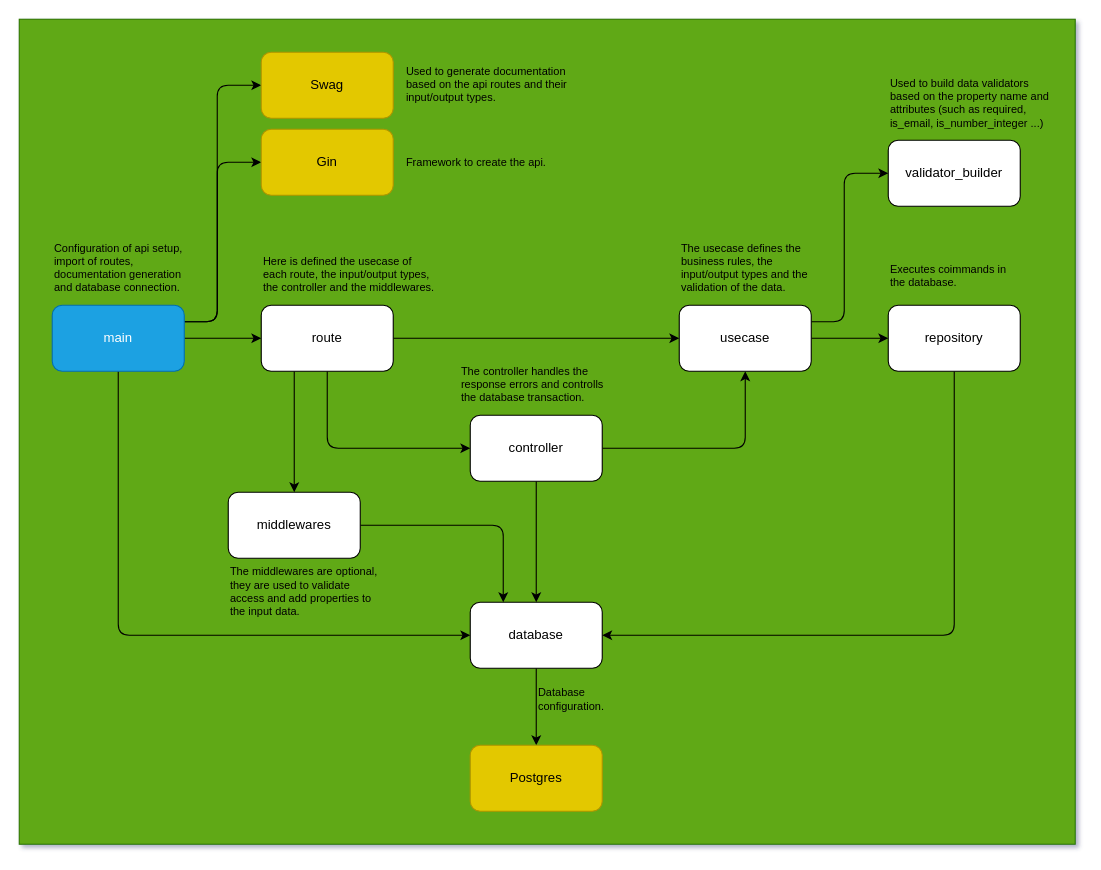
DouglasVolcato/golang-api-template keeps this draw.io diagram as diagrams/api-diagram.drawio. Above is the earlier version. Source tidied: cells renumbered, new cells numbered last; positions are measured from the earlier drawing's top-left corner, leaving out a move shared by most shapes. Both pictures are drawn from the tidied source at 110%, with x=0, y=0 at pixel (19, 19).
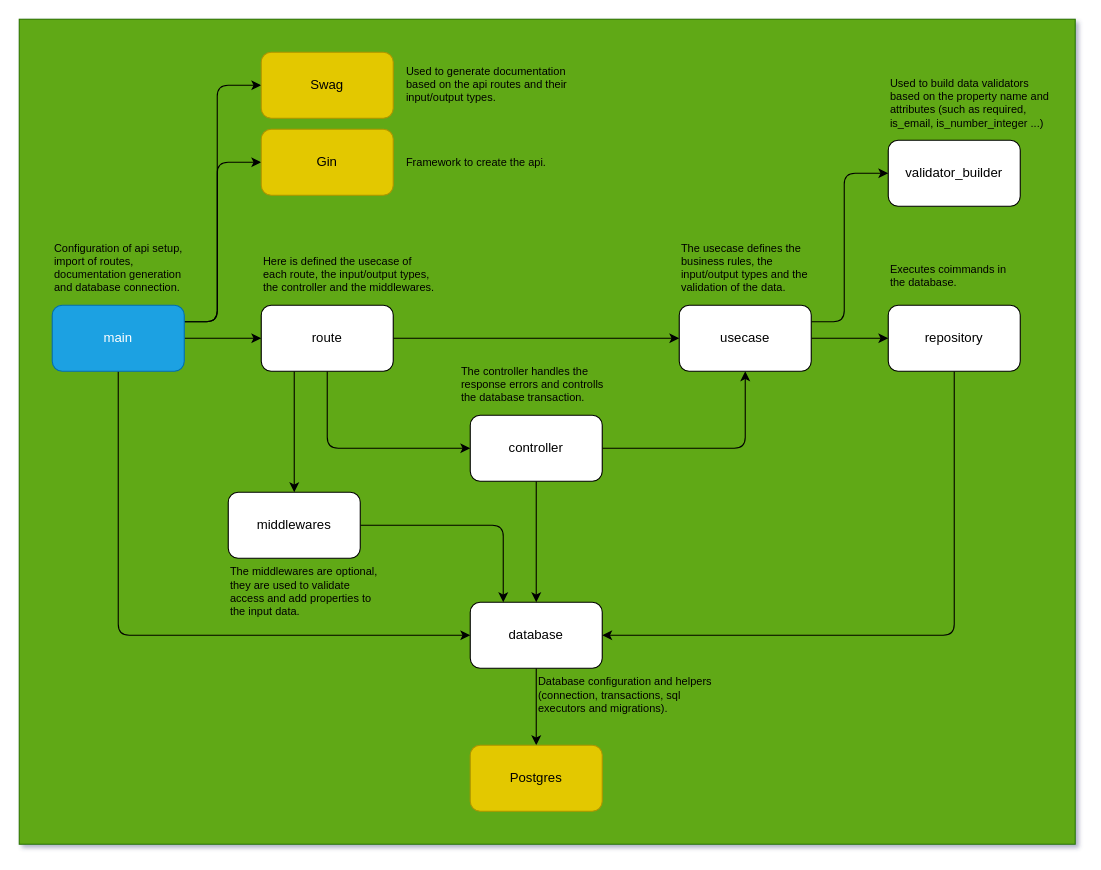
Above is the later version.

What changed in the source:
```diff
@@
-    <mxCell id="36" value="&lt;h1 style=&quot;margin-top: 0px;&quot;&gt;&lt;span style=&quot;font-weight: 400;&quot;&gt;Database configuration.&lt;/span&gt;&lt;/h1&gt;" style="text;html=1;whiteSpace=wrap;overflow=hidden;rounded=0;verticalAlign=top;fontSize=5;" parent="1" vertex="1">
-      <mxGeometry x="470" y="600" width="100" height="40" as="geometry" />
+    <mxCell id="36" value="&lt;h1 style=&quot;margin-top: 0px;&quot;&gt;&lt;span style=&quot;font-weight: 400;&quot;&gt;Database configuration and helpers (connection, transactions, sql executors and migrations).&lt;/span&gt;&lt;/h1&gt;" style="text;html=1;whiteSpace=wrap;overflow=hidden;rounded=0;verticalAlign=top;fontSize=5;" parent="1" vertex="1">
+      <mxGeometry x="470" y="590" width="170" height="50" as="geometry" />
     </mxCell>
```
